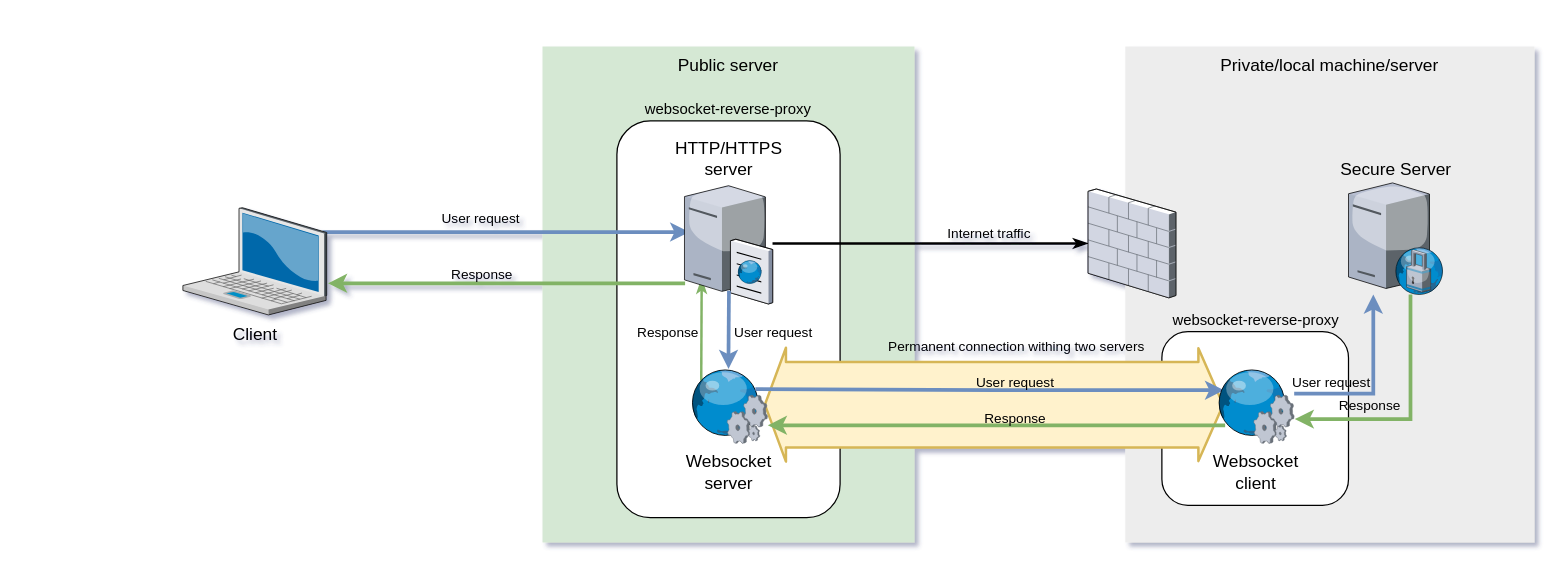
tony-0tis/websocket-reverse-proxy keeps this draw.io diagram as websocket-reverse-proxy.drawio. Above is the earlier version. Source tidied: cells renumbered, new cells numbered last; positions are measured from the earlier drawing's top-left corner, leaving out a move shared by most shapes. Both pictures are drawn from the tidied source at 124%, with x=0, y=0 at pixel (182, 46).
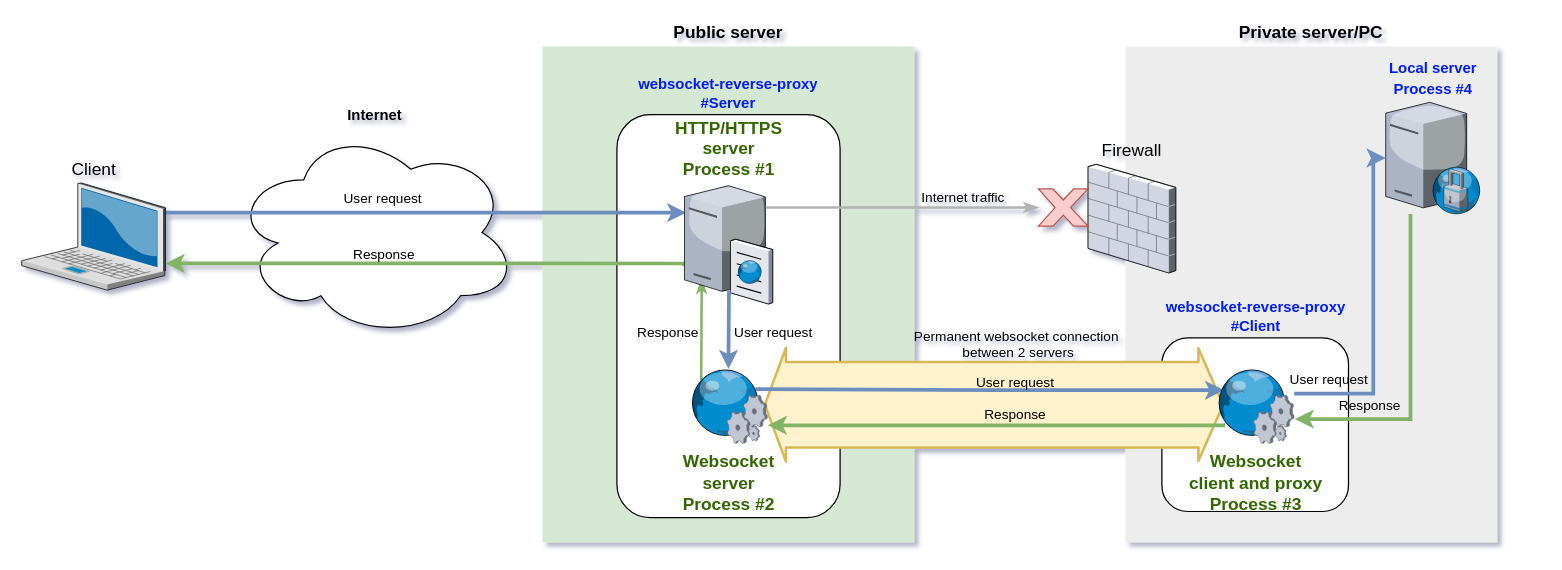
The same page after the edit.

Unchanged cells that the change refers to:
```xml
<mxCell id="6" style="shape=flexArrow;endArrow=classic;startArrow=classic;html=1;strokeWidth=2;entryX=0.107;entryY=0.481;entryDx=0;entryDy=0;entryPerimeter=0;exitX=0.95;exitY=0.481;exitDx=0;exitDy=0;exitPerimeter=0;fillColor=#fff2cc;strokeColor=#d6b656;startWidth=20.833333333333336;startSize=4.991666666666667;width=68;" parent="1" edge="1" source="26" target="31">
  <mxGeometry relative="1" as="geometry" />
</mxCell>
<mxCell id="19" style="edgeStyle=orthogonalEdgeStyle;rounded=0;jettySize=auto;html=1;entryX=1.007;entryY=0.675;entryDx=0;entryDy=0;entryPerimeter=0;startArrow=none;startFill=0;endArrow=classic;endFill=1;strokeWidth=3;fillColor=#d5e8d4;strokeColor=#82b366;" parent="1" edge="1" source="21" target="31">
  <mxGeometry relative="1" as="geometry">
    <Array as="points">
      <mxPoint x="990" y="301" />
    </Array>
  </mxGeometry>
</mxCell>
<mxCell id="22" style="edgeStyle=orthogonalEdgeStyle;rounded=0;jettySize=auto;html=1;entryX=0.116;entryY=0.758;entryDx=0;entryDy=0;entryPerimeter=0;startArrow=classic;startFill=1;endArrow=none;endFill=0;strokeWidth=3;exitX=1.003;exitY=0.758;exitDx=0;exitDy=0;exitPerimeter=0;fillColor=#d5e8d4;strokeColor=#82b366;" parent="1" edge="1" source="26" target="31">
  <mxGeometry relative="1" as="geometry" />
</mxCell>
<mxCell id="29" style="rounded=0;jettySize=auto;html=1;startArrow=none;startFill=0;endArrow=classic;endFill=1;strokeWidth=3;elbow=vertical;edgeStyle=orthogonalEdgeStyle;fillColor=#dae8fc;strokeColor=#6c8ebf;" parent="1" edge="1" source="31" target="21">
  <mxGeometry relative="1" as="geometry">
    <Array as="points">
      <mxPoint x="960" y="280" />
    </Array>
  </mxGeometry>
</mxCell>
```

The edit, as a diff of the source:
```diff
@@
+    <mxCell id="32" value="&lt;font color=&quot;#000000&quot;&gt;&lt;b&gt;Internet&lt;/b&gt;&lt;/font&gt;" style="ellipse;shape=cloud;whiteSpace=wrap;html=1;labelBackgroundColor=none;fontColor=#B3B3B3;labelPosition=center;verticalLabelPosition=top;align=center;verticalAlign=bottom;" parent="1" vertex="1">
+      <mxGeometry x="40" y="65" width="230" height="170" as="geometry" />
+    </mxCell>
-    <mxCell id="2" value="Private/local machine/server" style="whiteSpace=wrap;html=1;fillColor=#EDEDED;fontSize=14;strokeColor=none;verticalAlign=top;" parent="1" vertex="1">
-      <mxGeometry x="760" width="330" height="400" as="geometry" />
+    <mxCell id="2" value="&lt;b&gt;Private server/PC&lt;br&gt;&lt;/b&gt;" style="whiteSpace=wrap;html=1;fillColor=#EDEDED;fontSize=14;strokeColor=none;verticalAlign=bottom;labelPosition=center;verticalLabelPosition=top;align=center;" parent="1" vertex="1">
+      <mxGeometry x="760" width="300" height="400" as="geometry" />
     </mxCell>
-    <mxCell id="3" value="websocket-reverse-proxy" style="rounded=1;whiteSpace=wrap;html=1;labelPosition=center;verticalLabelPosition=top;align=center;verticalAlign=bottom;" parent="1" vertex="1">
-      <mxGeometry x="789.5" y="230" width="150.5" height="140" as="geometry" />
+    <mxCell id="3" value="&lt;font color=&quot;#001aff&quot;&gt;&lt;b&gt;websocket-reverse-proxy&lt;br&gt;#Client&lt;/b&gt;&lt;/font&gt;" style="rounded=1;whiteSpace=wrap;html=1;labelPosition=center;verticalLabelPosition=top;align=center;verticalAlign=bottom;" parent="1" vertex="1">
+      <mxGeometry x="789.5" y="235" width="150.5" height="140" as="geometry" />
     </mxCell>
-    <mxCell id="4" value="Public server" style="whiteSpace=wrap;html=1;fillColor=#d5e8d4;fontSize=14;strokeColor=none;verticalAlign=top;" parent="1" vertex="1">
+    <mxCell id="4" value="&lt;b&gt;Public server&lt;br&gt;&lt;/b&gt;" style="whiteSpace=wrap;html=1;fillColor=#d5e8d4;fontSize=14;strokeColor=none;verticalAlign=bottom;labelPosition=center;verticalLabelPosition=top;align=center;" parent="1" vertex="1">
       <mxGeometry x="290" width="300" height="400" as="geometry" />
     </mxCell>
-    <mxCell id="5" value="websocket-reverse-proxy" style="rounded=1;whiteSpace=wrap;html=1;labelPosition=center;verticalLabelPosition=top;align=center;verticalAlign=bottom;" parent="1" vertex="1">
-      <mxGeometry x="350" y="60" width="180" height="320" as="geometry" />
+    <mxCell id="5" value="&lt;font color=&quot;#001aff&quot;&gt;&lt;b&gt;websocket-reverse-proxy&lt;br&gt;#Server&lt;br&gt;&lt;/b&gt;&lt;/font&gt;" style="rounded=1;whiteSpace=wrap;html=1;labelPosition=center;verticalLabelPosition=top;align=center;verticalAlign=bottom;" parent="1" vertex="1">
+      <mxGeometry x="350" y="55" width="180" height="325" as="geometry" />
     </mxCell>
@@
-    <mxCell id="7" value="Permanent connection withing two servers" style="edgeLabel;html=1;align=center;verticalAlign=bottom;labelBackgroundColor=none;labelPosition=center;verticalLabelPosition=top;" parent="6" vertex="1">
+    <mxCell id="7" value="Permanent websocket connection&lt;br&gt;&amp;nbsp;between 2 servers" style="edgeLabel;html=1;align=center;verticalAlign=bottom;labelBackgroundColor=none;labelPosition=center;verticalLabelPosition=top;" parent="6" vertex="1">
       <mxGeometry x="-0.05" y="1" relative="1" as="geometry">
-        <mxPoint x="25.8" y="-37.9" as="offset" />
+        <mxPoint x="25.8" y="-32.9" as="offset" />
       </mxGeometry>
     </mxCell>
-    <mxCell id="8" style="edgeStyle=orthogonalEdgeStyle;html=1;jettySize=auto;fontSize=14;endArrow=classic;endFill=1;strokeWidth=3;rounded=0;startArrow=none;startFill=0;entryX=0.054;entryY=0.407;entryDx=0;entryDy=0;entryPerimeter=0;exitX=0.984;exitY=0.256;exitDx=0;exitDy=0;exitPerimeter=0;strokeColor=#6c8ebf;fillColor=#dae8fc;" parent="1" edge="1" source="10" target="17">
-      <mxGeometry relative="1" as="geometry">
-        <Array as="points">
-          <mxPoint x="114" y="150" />
-        </Array>
-      </mxGeometry>
+    <mxCell id="8" style="edgeStyle=orthogonalEdgeStyle;html=1;jettySize=auto;fontSize=14;endArrow=classic;endFill=1;strokeWidth=3;rounded=0;startArrow=none;startFill=0;entryX=0.021;entryY=0.246;entryDx=0;entryDy=0;entryPerimeter=0;exitX=0.991;exitY=0.277;exitDx=0;exitDy=0;exitPerimeter=0;strokeColor=#6c8ebf;fillColor=#dae8fc;" parent="1" edge="1" source="10" target="17">
+      <mxGeometry relative="1" as="geometry" />
     </mxCell>
@@
-    <mxCell id="10" value="Client" style="verticalLabelPosition=bottom;html=1;verticalAlign=top;strokeColor=none;shape=mxgraph.citrix.laptop_2;fillColor=#66B2FF;gradientColor=#0066CC;fontSize=14;" parent="1" vertex="1">
-      <mxGeometry y="130" width="116" height="86.5" as="geometry" />
+    <mxCell id="10" value="Client" style="verticalLabelPosition=top;html=1;verticalAlign=bottom;strokeColor=none;shape=mxgraph.citrix.laptop_2;fillColor=#66B2FF;gradientColor=#0066CC;fontSize=14;labelPosition=center;align=center;" parent="1" vertex="1">
+      <mxGeometry x="-130" y="110" width="116" height="86.5" as="geometry" />
     </mxCell>
@@
-    <mxCell id="13" style="edgeStyle=orthogonalEdgeStyle;curved=1;rounded=0;jettySize=auto;html=1;startArrow=none;startFill=0;endArrow=classicThin;endFill=1;strokeWidth=2;" parent="1" edge="1" source="17" target="18">
-      <mxGeometry relative="1" as="geometry" />
-    </mxCell>
-    <mxCell id="14" value="Internet traffic" style="edgeLabel;html=1;align=center;verticalAlign=middle;labelBackgroundColor=none;" parent="13" vertex="1">
-      <mxGeometry x="-0.17" y="1" relative="1" as="geometry">
-        <mxPoint x="67.8" y="-7.8" as="offset" />
-      </mxGeometry>
-    </mxCell>
-    <mxCell id="15" style="edgeStyle=orthogonalEdgeStyle;rounded=0;jettySize=auto;html=1;startArrow=none;startFill=0;endArrow=classic;endFill=1;strokeWidth=3;exitX=0.007;exitY=0.826;exitDx=0;exitDy=0;exitPerimeter=0;fillColor=#d5e8d4;strokeColor=#82b366;" parent="1" edge="1" source="17">
+    <mxCell id="15" style="edgeStyle=orthogonalEdgeStyle;rounded=0;jettySize=auto;html=1;startArrow=none;startFill=0;endArrow=classic;endFill=1;strokeWidth=3;exitX=-0.007;exitY=0.687;exitDx=0;exitDy=0;exitPerimeter=0;fillColor=#d5e8d4;strokeColor=#82b366;entryX=1;entryY=0.751;entryDx=0;entryDy=0;entryPerimeter=0;" parent="1" edge="1" source="17" target="10">
       <mxGeometry relative="1" as="geometry">
-        <mxPoint x="117" y="191" as="targetPoint" />
         <Array as="points">
-          <mxPoint x="117" y="191" />
+          <mxPoint x="404" y="175" />
         </Array>
       </mxGeometry>
     </mxCell>
@@
-    <mxCell id="17" value="HTTP/HTTPS&lt;br&gt;server" style="verticalLabelPosition=top;html=1;verticalAlign=bottom;strokeColor=none;shape=mxgraph.citrix.cache_server;fillColor=#66B2FF;gradientColor=#0066CC;fontSize=14;labelPosition=center;align=center;" parent="1" vertex="1">
+    <mxCell id="17" value="&lt;font color=&quot;#336600&quot;&gt;&lt;b&gt;HTTP/HTTPS&lt;br&gt;server&lt;br&gt;Process #1&lt;br&gt;&lt;/b&gt;&lt;/font&gt;" style="verticalLabelPosition=top;html=1;verticalAlign=bottom;strokeColor=none;shape=mxgraph.citrix.cache_server;fillColor=#66B2FF;gradientColor=#0066CC;fontSize=14;labelPosition=center;align=center;" parent="1" vertex="1">
       <mxGeometry x="404.5" y="110" width="71" height="97.5" as="geometry" />
     </mxCell>
-    <mxCell id="18" style="verticalLabelPosition=bottom;html=1;verticalAlign=top;strokeColor=none;shape=mxgraph.citrix.firewall;fillColor=#66B2FF;gradientColor=#0066CC;fontSize=14;" parent="1" vertex="1">
-      <mxGeometry x="730" y="114.9" width="70.8" height="87.8" as="geometry" />
+    <mxCell id="18" value="Firewall" style="verticalLabelPosition=top;html=1;verticalAlign=bottom;strokeColor=none;shape=mxgraph.citrix.firewall;fillColor=#66B2FF;gradientColor=#0066CC;fontSize=14;labelPosition=center;align=center;" parent="1" vertex="1">
+      <mxGeometry x="730" y="95" width="70.7" height="87.6" as="geometry" />
     </mxCell>
@@
     <mxCell id="20" value="Response" style="edgeLabel;html=1;align=center;verticalAlign=middle;labelBackgroundColor=none;" parent="19" vertex="1">
       <mxGeometry y="-29" relative="1" as="geometry">
-        <mxPoint x="-4.5" y="-7.5" as="offset" />
+        <mxPoint x="-4.5" y="25.6" as="offset" />
       </mxGeometry>
     </mxCell>
-    <mxCell id="21" value="Secure Server" style="verticalLabelPosition=top;html=1;verticalAlign=bottom;strokeColor=none;shape=mxgraph.citrix.proxy_server;fillColor=#66B2FF;gradientColor=#0066CC;fontSize=14;labelPosition=center;align=center;" parent="1" vertex="1">
-      <mxGeometry x="940" y="110" width="76.5" height="90" as="geometry" />
+    <mxCell id="21" value="&lt;font color=&quot;#001aff&quot; style=&quot;font-size: 12px&quot;&gt;&lt;b&gt;Local server&lt;br&gt;Process #4&lt;/b&gt;&lt;/font&gt;" style="verticalLabelPosition=top;html=1;verticalAlign=bottom;strokeColor=none;shape=mxgraph.citrix.proxy_server;fillColor=#66B2FF;gradientColor=#0066CC;fontSize=14;labelPosition=center;align=center;" parent="1" vertex="1">
+      <mxGeometry x="970" y="45" width="76.5" height="90" as="geometry" />
     </mxCell>
@@
     <mxCell id="23" value="Response" style="edgeLabel;html=1;align=center;verticalAlign=middle;labelBackgroundColor=none;" parent="22" vertex="1">
       <mxGeometry x="-0.11" y="2" relative="1" as="geometry">
-        <mxPoint x="35" y="-3.5" as="offset" />
+        <mxPoint x="35" y="-6.5" as="offset" />
       </mxGeometry>
     </mxCell>
@@
-    <mxCell id="26" value="Websocket&lt;br&gt;server" style="verticalLabelPosition=bottom;html=1;verticalAlign=top;strokeColor=none;shape=mxgraph.citrix.web_service;fillColor=#66B2FF;gradientColor=#0066CC;fontSize=14;" parent="1" vertex="1">
-      <mxGeometry x="408.5" y="260" width="63" height="60" as="geometry" />
-    </mxCell>
@@
     <mxCell id="30" value="User request" style="edgeLabel;html=1;align=center;verticalAlign=middle;labelBackgroundColor=none;" parent="29" vertex="1">
       <mxGeometry x="-0.11" y="24" relative="1" as="geometry">
-        <mxPoint x="-11" y="-9.6" as="offset" />
+        <mxPoint x="-13" y="41.7" as="offset" />
       </mxGeometry>
     </mxCell>
+    <mxCell id="33" style="verticalLabelPosition=bottom;verticalAlign=top;html=1;shape=mxgraph.basic.x;fillColor=#f8cecc;strokeColor=#b85450;" parent="1" vertex="1">
+      <mxGeometry x="690" y="114.9" width="40" height="30" as="geometry" />
+    </mxCell>
+    <mxCell id="34" style="edgeStyle=orthogonalEdgeStyle;curved=1;rounded=0;jettySize=auto;html=1;startArrow=none;startFill=0;endArrow=classicThin;endFill=1;strokeWidth=2;fontColor=#B3B3B3;fillColor=#f5f5f5;strokeColor=#B3B3B3;exitX=0.923;exitY=0.204;exitDx=0;exitDy=0;exitPerimeter=0;" parent="1" edge="1" source="17" target="33">
+      <mxGeometry relative="1" as="geometry" />
+    </mxCell>
+    <mxCell id="14" value="Internet traffic" style="edgeLabel;html=1;align=center;verticalAlign=middle;labelBackgroundColor=none;" parent="34" vertex="1">
+      <mxGeometry x="-0.17" y="1" relative="1" as="geometry">
+        <mxPoint x="67.8" y="-7.8" as="offset" />
+      </mxGeometry>
+    </mxCell>
-    <mxCell id="31" value="Websocket&lt;br&gt;client" style="verticalLabelPosition=bottom;html=1;verticalAlign=top;strokeColor=none;shape=mxgraph.citrix.web_service;fillColor=#66B2FF;gradientColor=#0066CC;fontSize=14;" parent="1" vertex="1">
+    <mxCell id="31" value="&lt;font color=&quot;#336600&quot;&gt;&lt;b&gt;Websocket&lt;br&gt;client and proxy&lt;br&gt;Process #3&lt;br&gt;&lt;/b&gt;&lt;/font&gt;" style="verticalLabelPosition=bottom;html=1;verticalAlign=top;strokeColor=none;shape=mxgraph.citrix.web_service;fillColor=#66B2FF;gradientColor=#0066CC;fontSize=14;" parent="1" vertex="1">
       <mxGeometry x="833.2" y="260" width="63" height="60" as="geometry" />
     </mxCell>
+    <mxCell id="26" value="&lt;font color=&quot;#336600&quot;&gt;&lt;b&gt;Websocket&lt;br&gt;server&lt;br&gt;Process #2&lt;br&gt;&lt;/b&gt;&lt;/font&gt;" style="verticalLabelPosition=bottom;html=1;verticalAlign=top;strokeColor=none;shape=mxgraph.citrix.web_service;fillColor=#66B2FF;gradientColor=#0066CC;fontSize=14;" parent="1" vertex="1">
+      <mxGeometry x="408.5" y="260" width="63" height="60" as="geometry" />
+    </mxCell>
```
